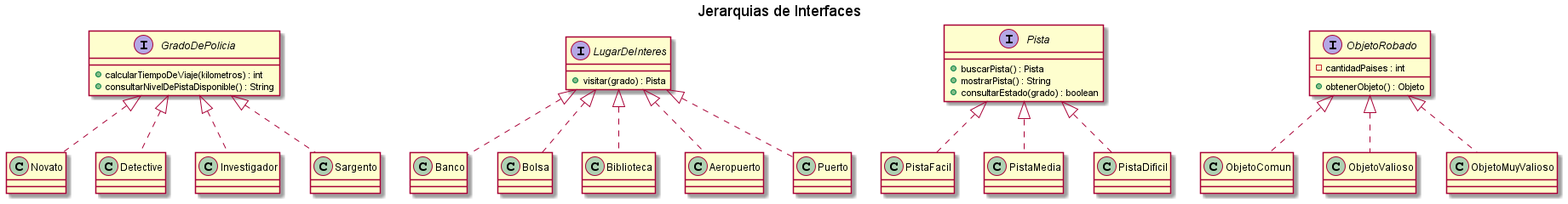
Earlier version of the PlantUML export diagrams/classes/entrega1/DC_Jerarquias.png (kmu01/Algo3_tp2).
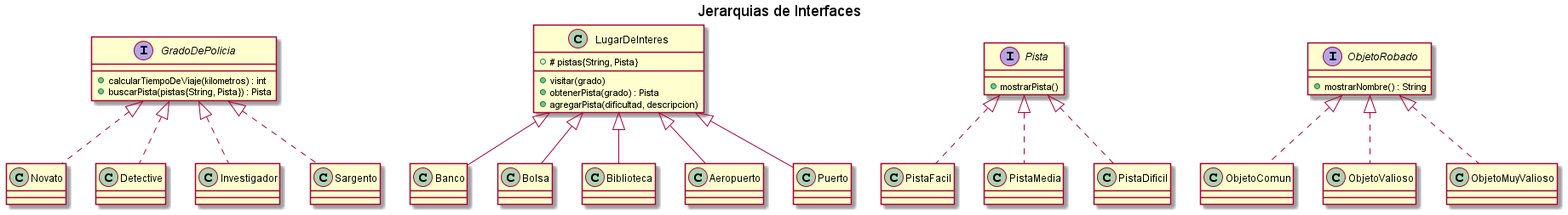
Above is the later version.

What changed in the source:
```diff
@@ -2,7 +2,7 @@
 title Jerarquias de Interfaces
 interface GradoDePolicia{
     + calcularTiempoDeViaje(kilometros) : int
-    + consultarNivelDePistaDisponible() : String
+    + buscarPista(pistas{String, Pista}) : Pista
 }
 class Novato{}
 class Detective{}
@@ -10,8 +10,11 @@
 class Sargento{}
 
 
-interface LugarDeInteres{
-    + visitar(grado) : Pista
+class LugarDeInteres{
+    + # pistas{String, Pista}
+    + visitar(grado)
+    + obtenerPista(grado) : Pista
+    + agregarPista(dificultad, descripcion)
 }
 
 class Banco{}
@@ -21,17 +24,14 @@
 class Puerto{}
 
 interface Pista{
-    + buscarPista() : Pista
-    + mostrarPista() : String
-    + consultarEstado(grado) : boolean
+    + mostrarPista()
 }
 class PistaFacil{}
 class PistaMedia{}
 class PistaDificil{}
 
 interface ObjetoRobado{
-    - cantidadPaises : int
-	+ obtenerObjeto() : Objeto
+    + mostrarNombre() : String
 }
 
 class ObjetoComun{}
@@ -47,11 +47,11 @@
 Pista <|.. PistaMedia
 Pista <|.. PistaDificil
 
-LugarDeInteres <|.. Banco
-LugarDeInteres <|.. Bolsa
-LugarDeInteres <|.. Biblioteca
-LugarDeInteres <|.. Aeropuerto
-LugarDeInteres <|.. Puerto
+LugarDeInteres <|-- Banco
+LugarDeInteres <|-- Bolsa
+LugarDeInteres <|-- Biblioteca
+LugarDeInteres <|-- Aeropuerto
+LugarDeInteres <|-- Puerto
 
 ObjetoRobado <|.. ObjetoComun
 ObjetoRobado <|.. ObjetoValioso
```
